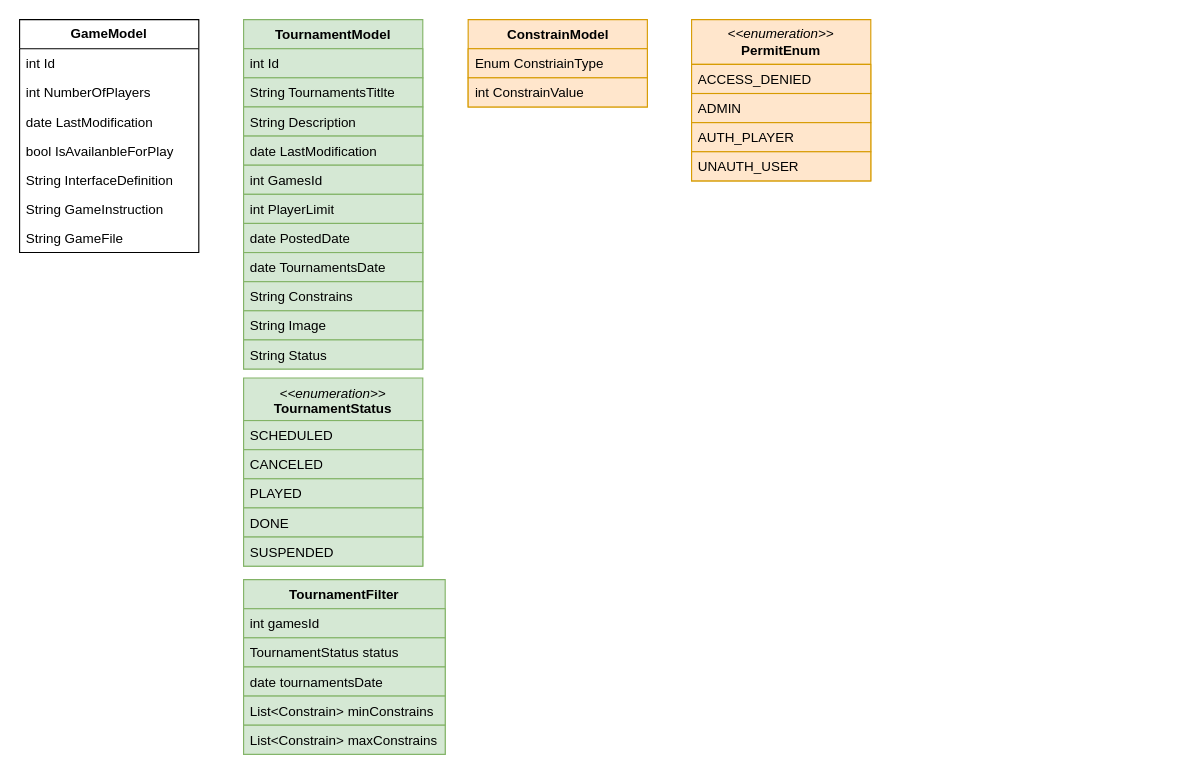
Before: page "Modele" (3 of 5) of docs/System Architecture.drawio in jordus100/Bot-Wars-front, a draw.io diagram. Source tidied: cells renumbered, new cells numbered last; positions are measured from the earlier drawing's top-left corner, leaving out a move shared by most shapes. Both pictures are drawn from the tidied source at 112%, with x=0, y=0 at pixel (19, 19).
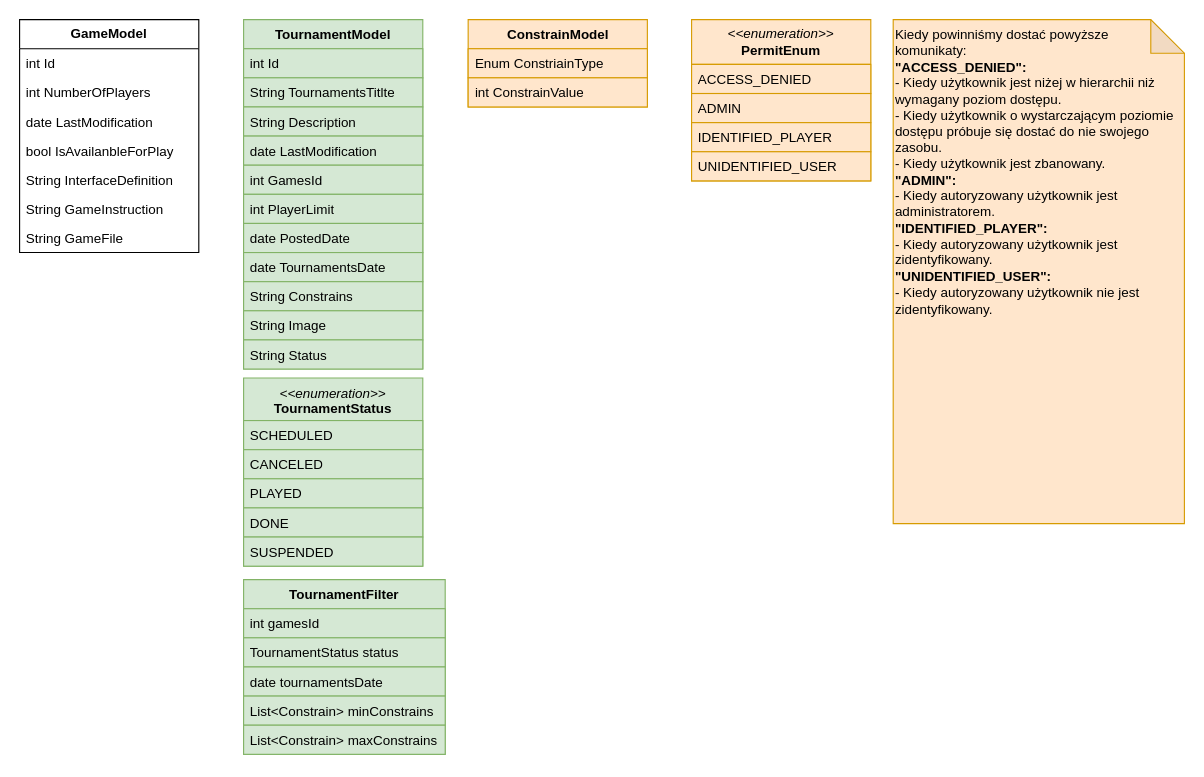
The same page after the edit.

Unchanged cells that the change refers to:
```xml
<mxCell id="25" value="&lt;i&gt;&amp;lt;&amp;lt;enumeration&amp;gt;&amp;gt;&lt;/i&gt;&lt;br&gt;&lt;b&gt;PermitEnum&lt;/b&gt;" style="swimlane;fontStyle=0;horizontal=1;startSize=40;fillColor=#ffe6cc;whiteSpace=wrap;html=1;strokeColor=#d79b00;" parent="1" vertex="1">
  <mxGeometry x="600" width="160" height="144" as="geometry" />
</mxCell>
```

Diff of the diagram source:
```diff
@@
-    <mxCell id="28" value="AUTH_PLAYER" style="text;strokeColor=#d79b00;fillColor=#ffe6cc;align=left;verticalAlign=top;spacingLeft=4;spacingRight=4;overflow=hidden;whiteSpace=wrap;html=1;" parent="25" vertex="1">
+    <mxCell id="28" value="&lt;span style=&quot;border-color: var(--border-color);&quot;&gt;IDENTIFIED_PLAYER&lt;/span&gt;" style="text;strokeColor=#d79b00;fillColor=#ffe6cc;align=left;verticalAlign=top;spacingLeft=4;spacingRight=4;overflow=hidden;whiteSpace=wrap;html=1;" parent="25" vertex="1">
       <mxGeometry y="92" width="160" height="26" as="geometry" />
     </mxCell>
-    <mxCell id="29" value="UNAUTH_USER" style="text;strokeColor=#d79b00;fillColor=#ffe6cc;align=left;verticalAlign=top;spacingLeft=4;spacingRight=4;overflow=hidden;whiteSpace=wrap;html=1;" parent="25" vertex="1">
+    <mxCell id="29" value="&lt;span style=&quot;border-color: var(--border-color);&quot;&gt;UNIDENTIFIED_USER&lt;/span&gt;" style="text;strokeColor=#d79b00;fillColor=#ffe6cc;align=left;verticalAlign=top;spacingLeft=4;spacingRight=4;overflow=hidden;whiteSpace=wrap;html=1;" parent="25" vertex="1">
       <mxGeometry y="118" width="160" height="26" as="geometry" />
     </mxCell>
@@
+    <mxCell id="42" value="Kiedy powinniśmy dostać powyższe komunikaty:&lt;br&gt;&lt;b&gt;&quot;ACCESS_DENIED&quot;:&lt;br&gt;&lt;/b&gt;- Kiedy użytkownik jest niżej w hierarchii niż wymagany poziom dostępu.&lt;br&gt;- Kiedy użytkownik o wystarczającym poziomie dostępu próbuje się dostać do nie swojego zasobu.&lt;br&gt;- Kiedy użytkownik jest zbanowany.&lt;br&gt;&lt;b&gt;&quot;ADMIN&quot;:&lt;br&gt;&lt;/b&gt;- Kiedy autoryzowany użytkownik jest administratorem.&amp;nbsp;&lt;br&gt;&lt;b&gt;&quot;IDENTIFIED_PLAYER&quot;:&lt;br&gt;&lt;/b&gt;- Kiedy autoryzowany użytkownik jest zidentyfikowany.&lt;br&gt;&lt;b&gt;&quot;UNIDENTIFIED_USER&quot;:&lt;/b&gt;&lt;br&gt;- Kiedy autoryzowany użytkownik nie jest zidentyfikowany." style="shape=note;whiteSpace=wrap;html=1;backgroundOutline=1;darkOpacity=0.05;align=left;verticalAlign=top;fillColor=#ffe6cc;strokeColor=#d79b00;" parent="1" vertex="1">
+      <mxGeometry x="780" width="260" height="450" as="geometry" />
+    </mxCell>
```
